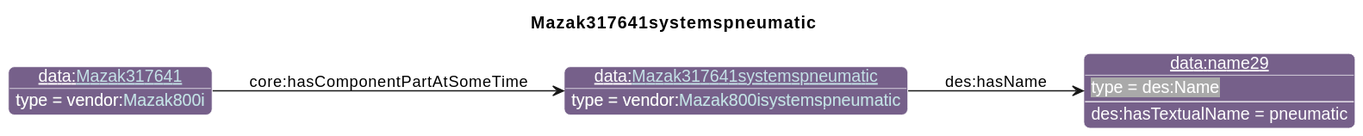
Above: diagrams/Mazak317641systemspneumatic.svg in iofoundry/example-syseng-mtconnect (PlantUML), before the change.
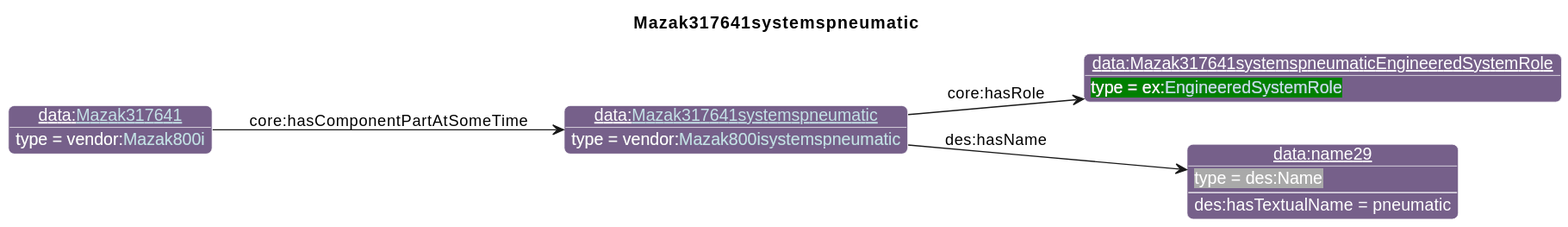
Later version of the same file.

What changed in the source:
```diff
@@ -26,9 +26,11 @@
                       "qp":"641B2E"
       }
 individual(o0, data:[[./Mazak317641systemspneumatic.html Mazak317641systemspneumatic]], vendor:[[../Mazak.html#Mazak800isystemspneumatic Mazak800isystemspneumatic]])
-individual(o1, data:name29, des:Name)
-individual(o2, data:[[./Mazak317641.html Mazak317641]], vendor:[[../Mazak.html#Mazak800i Mazak800i]])
-property(o0, "des:hasName", o1)
-data(o1, "des:hasTextualName", "pneumatic")
-property(o2, "core:hasComponentPartAtSomeTime", o0)
+individual(o1, data:Mazak317641systemspneumaticEngineeredSystemRole, ex:[[../Example.html#EngineeredSystemRole EngineeredSystemRole]])
+individual(o2, data:name29, des:Name)
+individual(o3, data:[[./Mazak317641.html Mazak317641]], vendor:[[../Mazak.html#Mazak800i Mazak800i]])
+property(o0, "core:hasRole", o1)
+property(o0, "des:hasName", o2)
+data(o2, "des:hasTextualName", "pneumatic")
+property(o3, "core:hasComponentPartAtSomeTime", o0)
 @enduml
```
